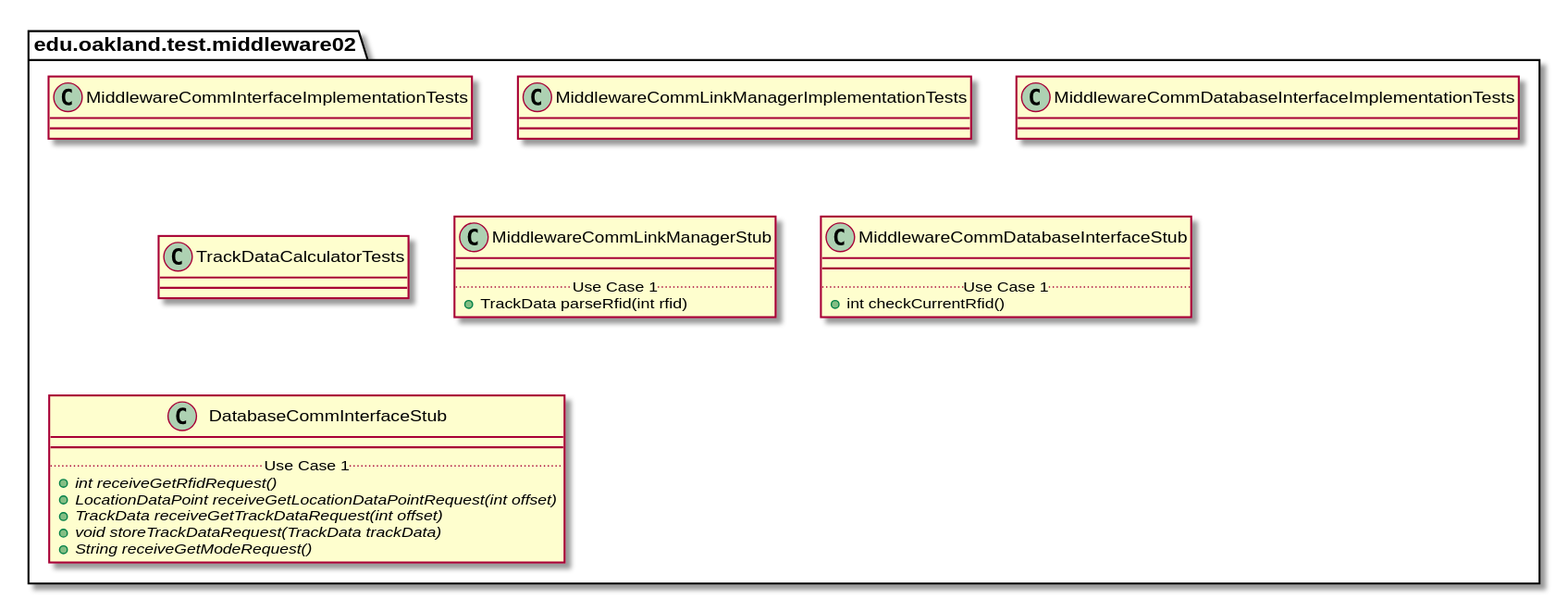
The PlantUML diagram docs/uml-class-diagrams/middleware02/test/Middleware02TestPackage.svg in elilley15/csi-3370-software-project, before a commit.
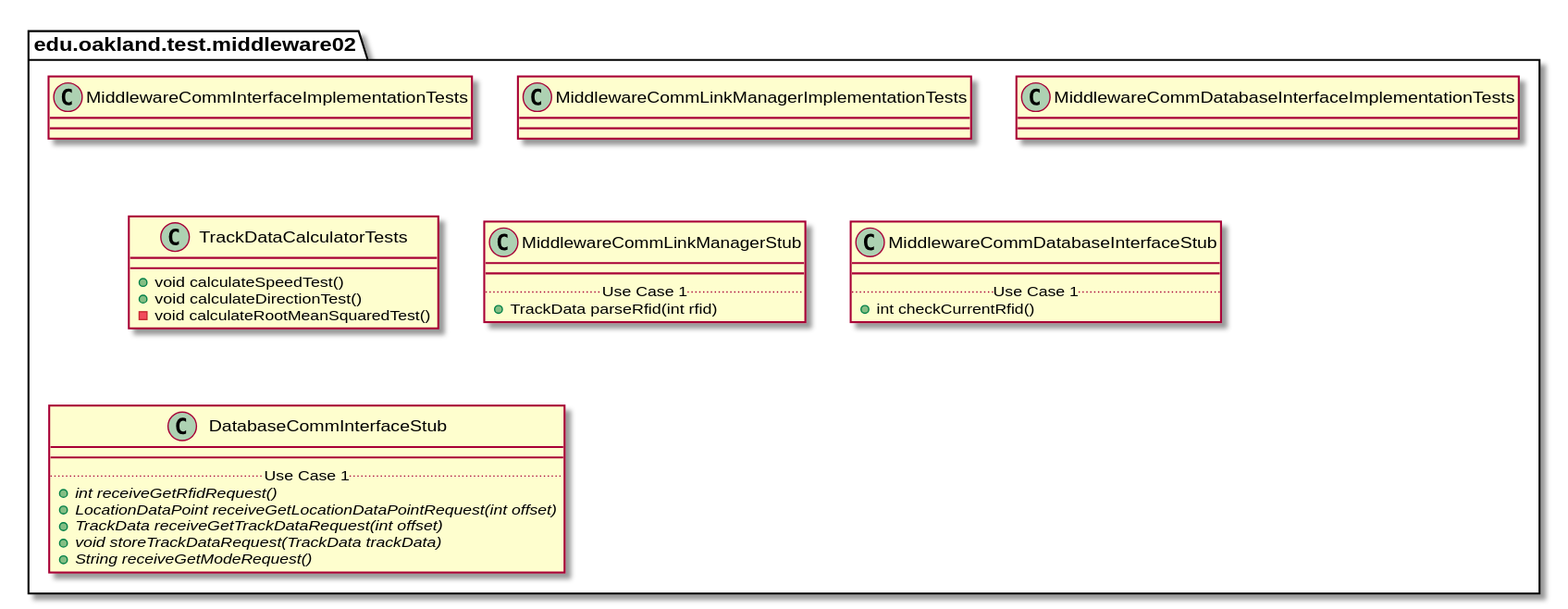
The same file after the commit.

Change to the diagram source:
```diff
@@ -28,7 +28,9 @@
 
 package edu.oakland.test.middleware02 {
     class TrackDataCalculatorTests {
-
+      + void calculateSpeedTest()
+      + void calculateDirectionTest()
+      - void calculateRootMeanSquaredTest()
     }
 }
 
```
